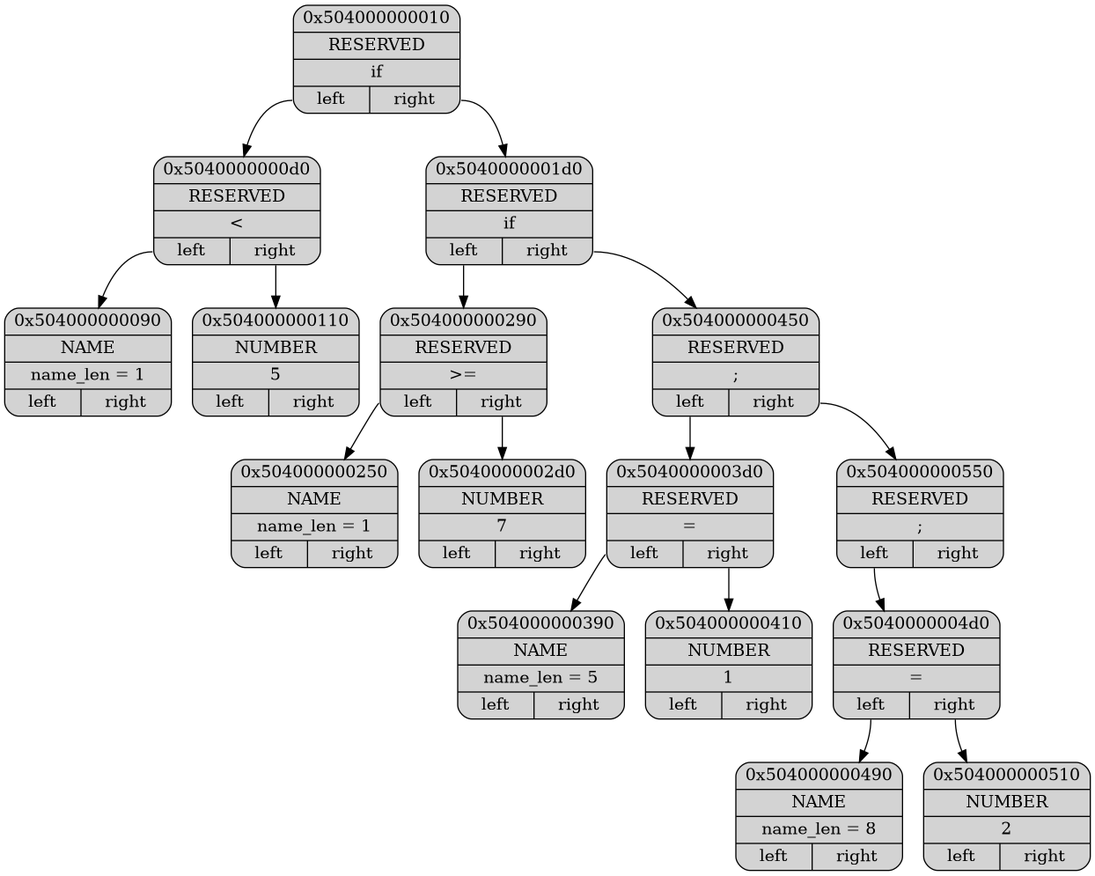
Earlier version of the Graphviz export Dump/dump.png (ashqqy/Language). Its source is kept beside it as Dump/dump.dot.
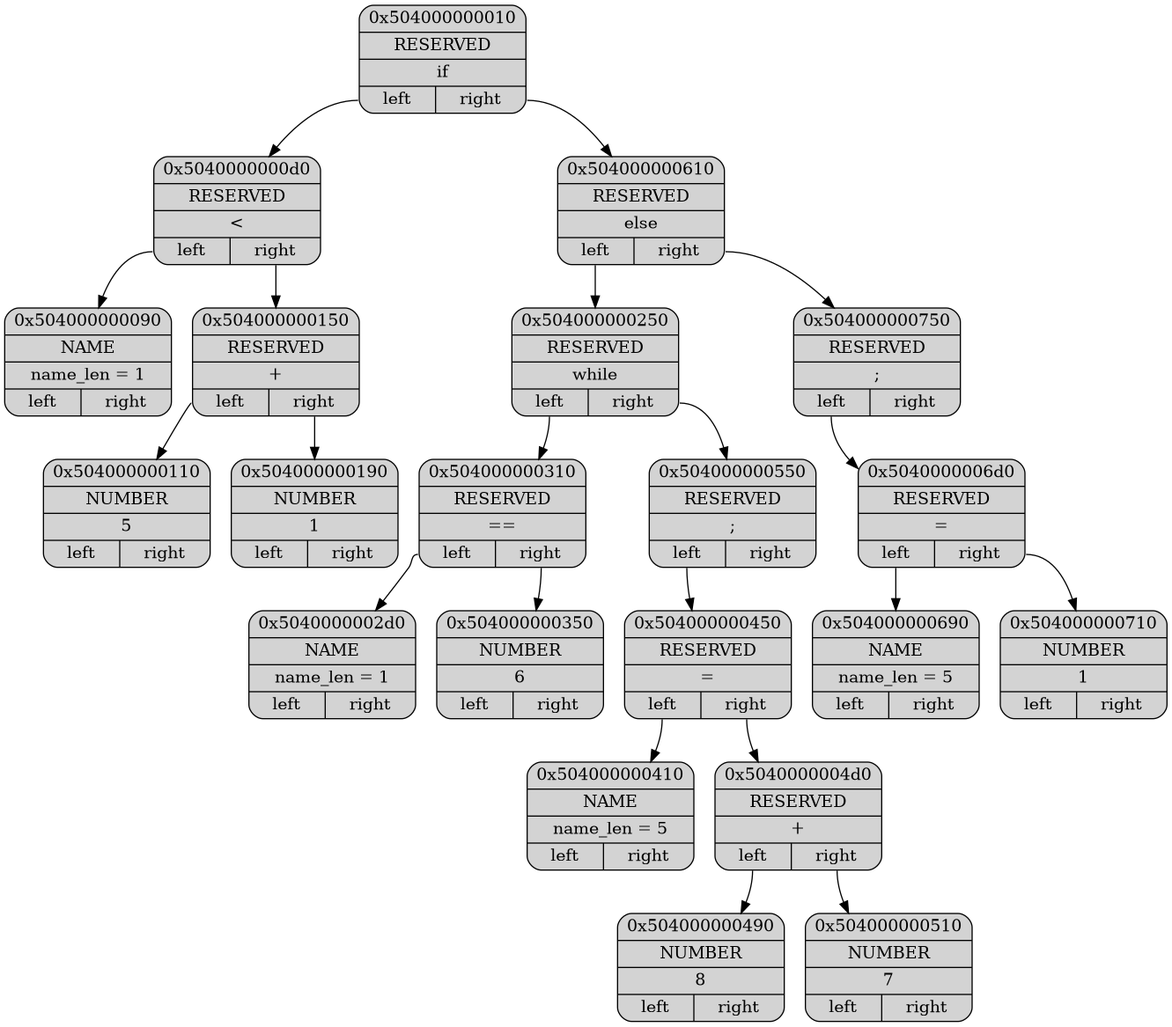
The same file after the commit.

The edit, as a diff of the source:
```diff
@@ -5,33 +5,43 @@
 p0x504000000010[label = "{ <ptr> 0x504000000010 | <type> RESERVED | <data> \if | { <l>left|<r>right } }"];
 p0x5040000000d0[label = "{ <ptr> 0x5040000000d0 | <type> RESERVED | <data> \< | { <l>left|<r>right } }"];
 p0x504000000090[label = "{ <ptr> 0x504000000090 | <type> NAME | <data> name_len = 1 | { <l>left|<r>right } }"];
+p0x504000000150[label = "{ <ptr> 0x504000000150 | <type> RESERVED | <data> \+ | { <l>left|<r>right } }"];
 p0x504000000110[label = "{ <ptr> 0x504000000110 | <type> NUMBER | <data> 5 | { <l>left|<r>right } }"];
-p0x5040000001d0[label = "{ <ptr> 0x5040000001d0 | <type> RESERVED | <data> \if | { <l>left|<r>right } }"];
-p0x504000000290[label = "{ <ptr> 0x504000000290 | <type> RESERVED | <data> \>= | { <l>left|<r>right } }"];
-p0x504000000250[label = "{ <ptr> 0x504000000250 | <type> NAME | <data> name_len = 1 | { <l>left|<r>right } }"];
-p0x5040000002d0[label = "{ <ptr> 0x5040000002d0 | <type> NUMBER | <data> 7 | { <l>left|<r>right } }"];
-p0x504000000450[label = "{ <ptr> 0x504000000450 | <type> RESERVED | <data> \; | { <l>left|<r>right } }"];
-p0x5040000003d0[label = "{ <ptr> 0x5040000003d0 | <type> RESERVED | <data> \= | { <l>left|<r>right } }"];
-p0x504000000390[label = "{ <ptr> 0x504000000390 | <type> NAME | <data> name_len = 5 | { <l>left|<r>right } }"];
-p0x504000000410[label = "{ <ptr> 0x504000000410 | <type> NUMBER | <data> 1 | { <l>left|<r>right } }"];
+p0x504000000190[label = "{ <ptr> 0x504000000190 | <type> NUMBER | <data> 1 | { <l>left|<r>right } }"];
+p0x504000000610[label = "{ <ptr> 0x504000000610 | <type> RESERVED | <data> \else | { <l>left|<r>right } }"];
+p0x504000000250[label = "{ <ptr> 0x504000000250 | <type> RESERVED | <data> \while | { <l>left|<r>right } }"];
+p0x504000000310[label = "{ <ptr> 0x504000000310 | <type> RESERVED | <data> \== | { <l>left|<r>right } }"];
+p0x5040000002d0[label = "{ <ptr> 0x5040000002d0 | <type> NAME | <data> name_len = 1 | { <l>left|<r>right } }"];
+p0x504000000350[label = "{ <ptr> 0x504000000350 | <type> NUMBER | <data> 6 | { <l>left|<r>right } }"];
 p0x504000000550[label = "{ <ptr> 0x504000000550 | <type> RESERVED | <data> \; | { <l>left|<r>right } }"];
-p0x5040000004d0[label = "{ <ptr> 0x5040000004d0 | <type> RESERVED | <data> \= | { <l>left|<r>right } }"];
-p0x504000000490[label = "{ <ptr> 0x504000000490 | <type> NAME | <data> name_len = 8 | { <l>left|<r>right } }"];
-p0x504000000510[label = "{ <ptr> 0x504000000510 | <type> NUMBER | <data> 2 | { <l>left|<r>right } }"];
+p0x504000000450[label = "{ <ptr> 0x504000000450 | <type> RESERVED | <data> \= | { <l>left|<r>right } }"];
+p0x504000000410[label = "{ <ptr> 0x504000000410 | <type> NAME | <data> name_len = 5 | { <l>left|<r>right } }"];
+p0x5040000004d0[label = "{ <ptr> 0x5040000004d0 | <type> RESERVED | <data> \+ | { <l>left|<r>right } }"];
+p0x504000000490[label = "{ <ptr> 0x504000000490 | <type> NUMBER | <data> 8 | { <l>left|<r>right } }"];
+p0x504000000510[label = "{ <ptr> 0x504000000510 | <type> NUMBER | <data> 7 | { <l>left|<r>right } }"];
+p0x504000000750[label = "{ <ptr> 0x504000000750 | <type> RESERVED | <data> \; | { <l>left|<r>right } }"];
+p0x5040000006d0[label = "{ <ptr> 0x5040000006d0 | <type> RESERVED | <data> \= | { <l>left|<r>right } }"];
+p0x504000000690[label = "{ <ptr> 0x504000000690 | <type> NAME | <data> name_len = 5 | { <l>left|<r>right } }"];
+p0x504000000710[label = "{ <ptr> 0x504000000710 | <type> NUMBER | <data> 1 | { <l>left|<r>right } }"];
 
 p0x504000000010:<l> -> p0x5040000000d0
 p0x5040000000d0:<l> -> p0x504000000090
-p0x5040000000d0:<r> -> p0x504000000110
-p0x504000000010:<r> -> p0x5040000001d0
-p0x5040000001d0:<l> -> p0x504000000290
-p0x504000000290:<l> -> p0x504000000250
-p0x504000000290:<r> -> p0x5040000002d0
-p0x5040000001d0:<r> -> p0x504000000450
-p0x504000000450:<l> -> p0x5040000003d0
-p0x5040000003d0:<l> -> p0x504000000390
-p0x5040000003d0:<r> -> p0x504000000410
-p0x504000000450:<r> -> p0x504000000550
-p0x504000000550:<l> -> p0x5040000004d0
+p0x5040000000d0:<r> -> p0x504000000150
+p0x504000000150:<l> -> p0x504000000110
+p0x504000000150:<r> -> p0x504000000190
+p0x504000000010:<r> -> p0x504000000610
+p0x504000000610:<l> -> p0x504000000250
+p0x504000000250:<l> -> p0x504000000310
+p0x504000000310:<l> -> p0x5040000002d0
+p0x504000000310:<r> -> p0x504000000350
+p0x504000000250:<r> -> p0x504000000550
+p0x504000000550:<l> -> p0x504000000450
+p0x504000000450:<l> -> p0x504000000410
+p0x504000000450:<r> -> p0x5040000004d0
 p0x5040000004d0:<l> -> p0x504000000490
 p0x5040000004d0:<r> -> p0x504000000510
+p0x504000000610:<r> -> p0x504000000750
+p0x504000000750:<l> -> p0x5040000006d0
+p0x5040000006d0:<l> -> p0x504000000690
+p0x5040000006d0:<r> -> p0x504000000710
 }
```
